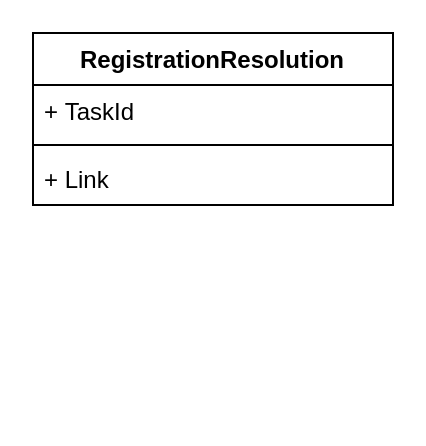
The draw.io diagram Domain/Resolutions/RegistrationResolution.DO.drawio in davyd0ff/so-line-grls, before the edit. Source tidied: cells renumbered, new cells numbered last; positions are measured from the earlier drawing's top-left corner, leaving out a move shared by most shapes. Both pictures are drawn from the tidied source at 200%, with x=0, y=0 at pixel (32, 32).
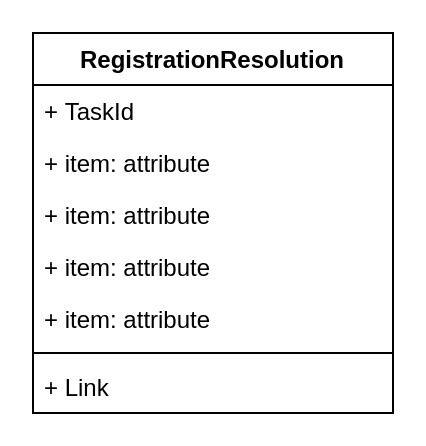
The same page after the edit.

Diff of the diagram source:
```diff
@@
 <mxGraphModel>
   <root>
     <mxCell id="0" />
     <mxCell id="1" parent="0" />
     <mxCell id="2" value="RegistrationResolution" style="swimlane;fontStyle=1;align=center;verticalAlign=top;horizontal=1;startSize=26;" parent="1" vertex="1">
-      <mxGeometry width="180" height="86" as="geometry" />
+      <mxGeometry width="180" height="190" as="geometry" />
     </mxCell>
     <mxCell id="3" value="+ TaskId" style="text;strokeColor=none;fillColor=none;align=left;verticalAlign=top;spacingLeft=4;spacingRight=4;overflow=hidden;" parent="2" vertex="1">
       <mxGeometry y="26" width="180" height="26" as="geometry" />
     </mxCell>
+    <mxCell id="6" value="+ item: attribute" style="text;strokeColor=none;fillColor=none;align=left;verticalAlign=top;spacingLeft=4;spacingRight=4;overflow=hidden;" parent="2" vertex="1">
+      <mxGeometry y="52" width="180" height="26" as="geometry" />
+    </mxCell>
+    <mxCell id="7" value="+ item: attribute" style="text;strokeColor=none;fillColor=none;align=left;verticalAlign=top;spacingLeft=4;spacingRight=4;overflow=hidden;" parent="2" vertex="1">
+      <mxGeometry y="78" width="180" height="26" as="geometry" />
+    </mxCell>
+    <mxCell id="8" value="+ item: attribute" style="text;strokeColor=none;fillColor=none;align=left;verticalAlign=top;spacingLeft=4;spacingRight=4;overflow=hidden;" parent="2" vertex="1">
+      <mxGeometry y="104" width="180" height="26" as="geometry" />
+    </mxCell>
+    <mxCell id="9" value="+ item: attribute" style="text;strokeColor=none;fillColor=none;align=left;verticalAlign=top;spacingLeft=4;spacingRight=4;overflow=hidden;" parent="2" vertex="1">
+      <mxGeometry y="130" width="180" height="26" as="geometry" />
+    </mxCell>
     <mxCell id="4" style="line;strokeWidth=1;fillColor=none;align=left;verticalAlign=middle;spacingTop=-1;spacingLeft=3;spacingRight=3;labelPosition=right;strokeColor=inherit;" parent="2" vertex="1">
-      <mxGeometry y="52" width="180" height="8" as="geometry" />
+      <mxGeometry y="156" width="180" height="8" as="geometry" />
     </mxCell>
     <mxCell id="5" value="+ Link" style="text;strokeColor=none;fillColor=none;align=left;verticalAlign=top;spacingLeft=4;spacingRight=4;overflow=hidden;" parent="2" vertex="1">
-      <mxGeometry y="60" width="180" height="26" as="geometry" />
+      <mxGeometry y="164" width="180" height="26" as="geometry" />
     </mxCell>
   </root>
 </mxGraphModel>
```
